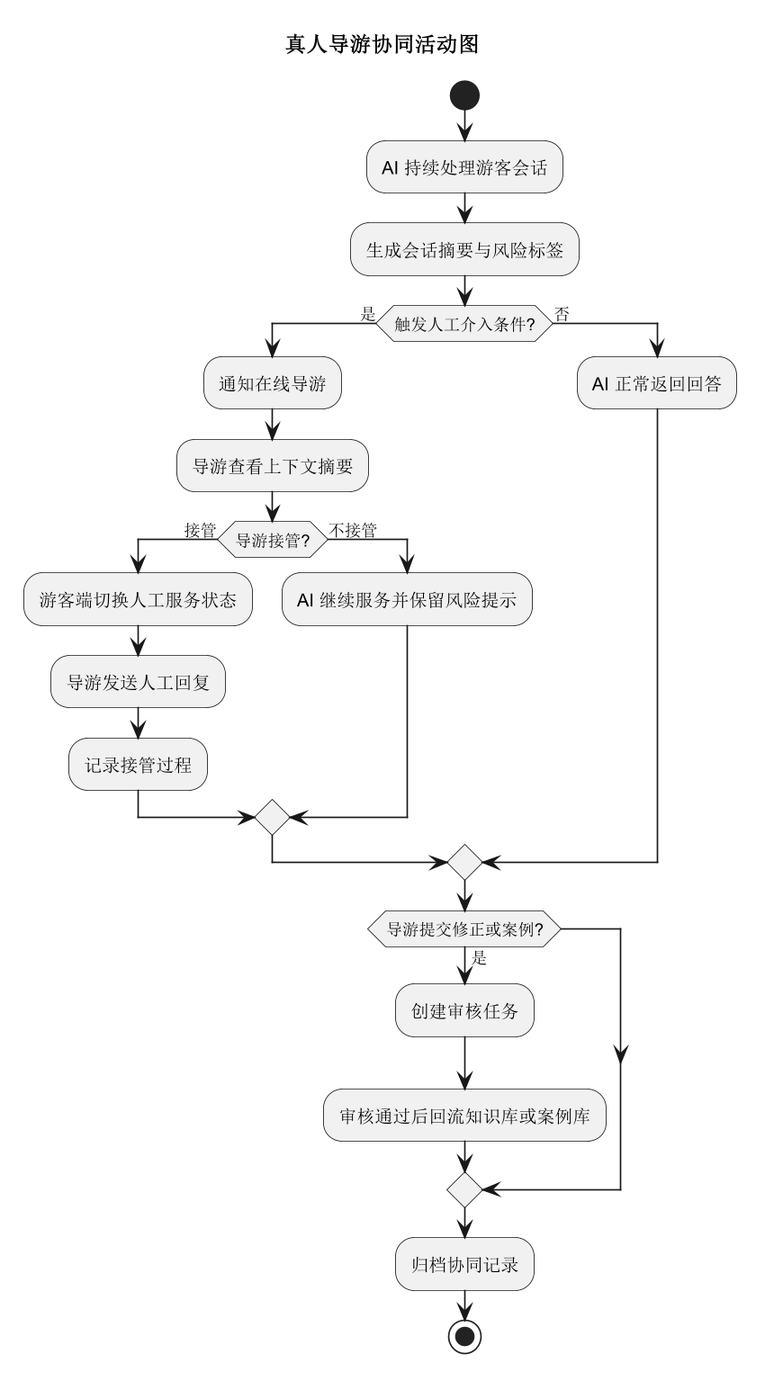
This is docs/文档/figures/design-human-guide-collaboration-activity.png from Unk1ndledAC/linguaspace, a PlantUML export, as it was before one commit. Source of this version:
```plantuml
@startuml
skinparam dpi 160
skinparam shadowing false
title 真人导游协同活动图

start
:AI 持续处理游客会话;
:生成会话摘要与风险标签;
if (触发人工介入条件?) then (是)
  :通知在线导游;
  :导游查看上下文摘要;
  if (导游接管?) then (接管)
    :游客端切换人工服务状态;
    :导游发送人工回复;
    :记录接管过程;
  else (不接管)
    :AI 继续服务并保留风险提示;
  endif
else (否)
  :AI 正常返回回答;
endif
if (导游提交修正或案例?) then (是)
  :创建审核任务;
  :审核通过后回流知识库或案例库;
endif
:归档协同记录;
stop
@enduml
```
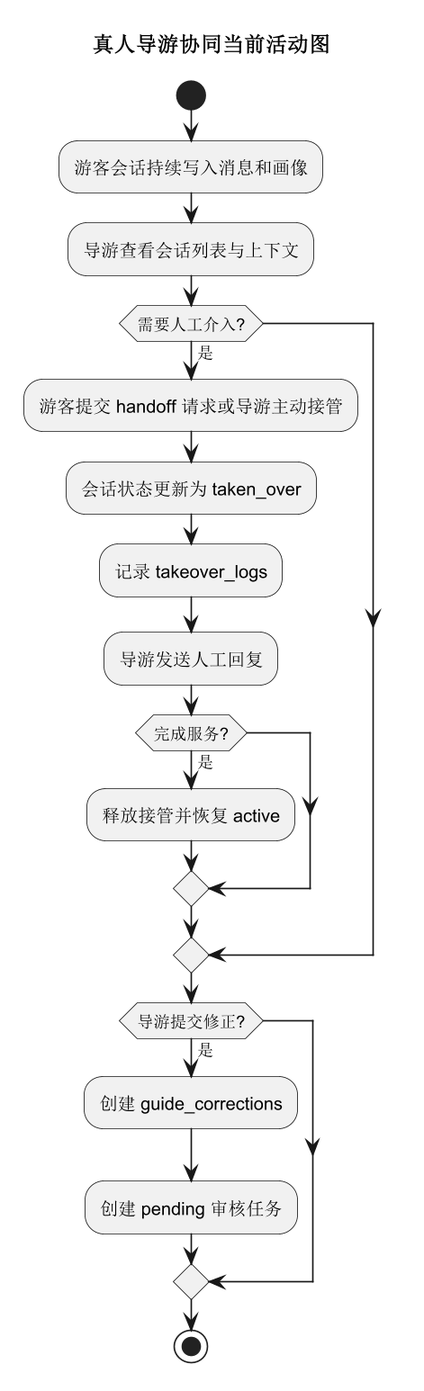
The same file after the commit.

The edit, as a diff of the source:
```diff
@@ -1,28 +1,22 @@
 @startuml
 skinparam dpi 160
 skinparam shadowing false
-title 真人导游协同活动图
-
+title 真人导游协同当前活动图
 start
-:AI 持续处理游客会话;
-:生成会话摘要与风险标签;
-if (触发人工介入条件?) then (是)
-  :通知在线导游;
-  :导游查看上下文摘要;
-  if (导游接管?) then (接管)
-    :游客端切换人工服务状态;
-    :导游发送人工回复;
-    :记录接管过程;
-  else (不接管)
-    :AI 继续服务并保留风险提示;
+:游客会话持续写入消息和画像;
+:导游查看会话列表与上下文;
+if (需要人工介入?) then (是)
+  :游客提交 handoff 请求或导游主动接管;
+  :会话状态更新为 taken_over;
+  :记录 takeover_logs;
+  :导游发送人工回复;
+  if (完成服务?) then (是)
+    :释放接管并恢复 active;
   endif
-else (否)
-  :AI 正常返回回答;
 endif
-if (导游提交修正或案例?) then (是)
-  :创建审核任务;
-  :审核通过后回流知识库或案例库;
+if (导游提交修正?) then (是)
+  :创建 guide_corrections;
+  :创建 pending 审核任务;
 endif
-:归档协同记录;
 stop
 @enduml
```
